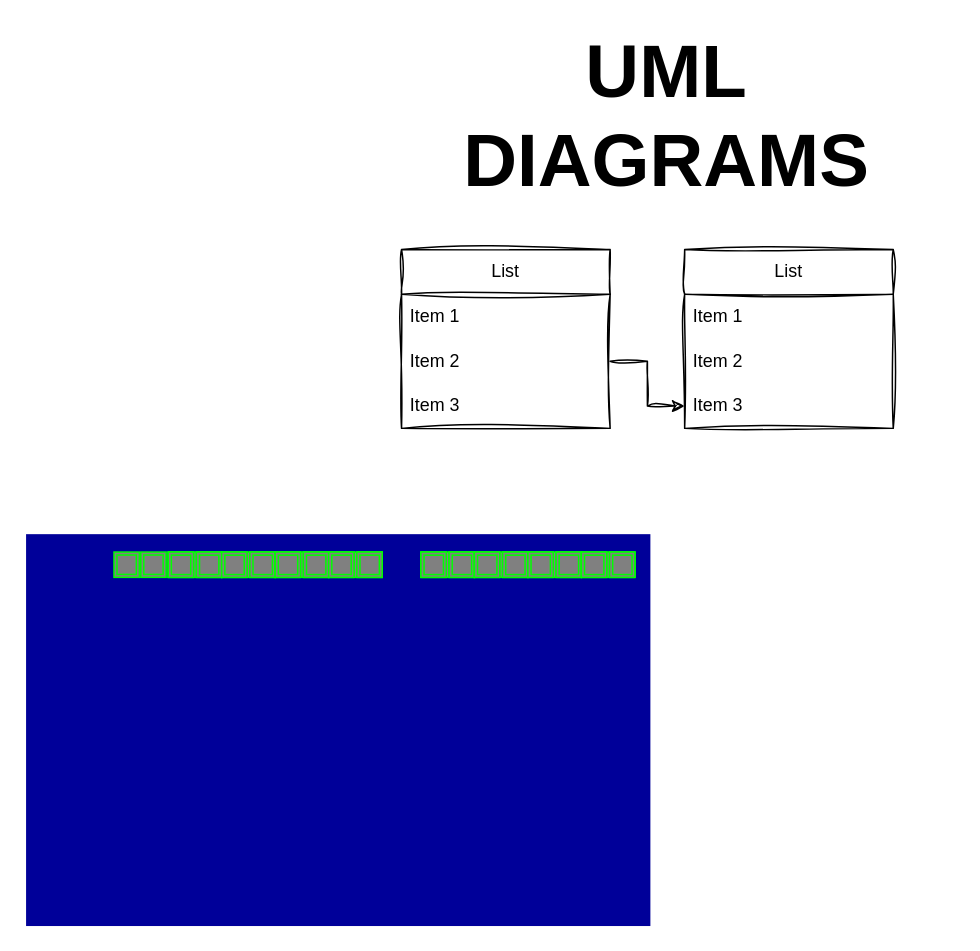
rzdev97/DiagramTools keeps this draw.io diagram as UMLBase.drawio. Above is the earlier version. Source tidied: cells renumbered, new cells numbered last; positions are measured from the earlier drawing's top-left corner, leaving out a move shared by most shapes. Both pictures are drawn from the tidied source at 149%, with x=0, y=0 at pixel (25, 92).
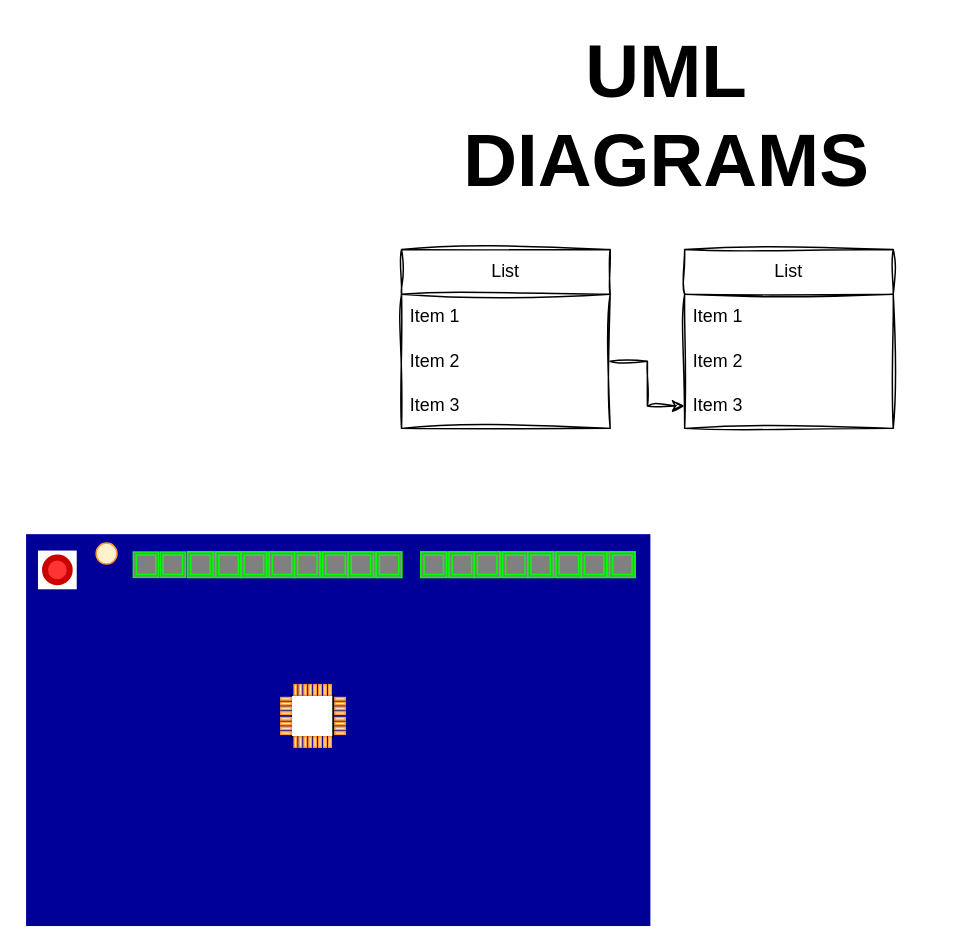
After the change.

Unchanged cells that the change refers to:
```xml
<mxCell id="71" style="group;" parent="1" vertex="1">
  <mxGeometry x="77" y="308" width="17" height="17" as="geometry" />
</mxCell>
```

Diff of the diagram source:
```diff
@@
     <mxCell id="42" style="group;" parent="1" vertex="1">
-      <mxGeometry x="95.4" y="308" width="143.6" height="17" as="geometry" />
+      <mxGeometry x="108.4" y="308" width="143.6" height="17" as="geometry" />
     </mxCell>
@@
     <mxCell id="72" style="whiteSpace=wrap;html=1;rounded=0;hachureGap=4;fontFamily=Architects Daughter;fontSize=20;strokeColor=#00FF00;fillColor=#808080;" parent="71" vertex="1">
-      <mxGeometry width="17" height="17" as="geometry" />
+      <mxGeometry x="13" width="17" height="17" as="geometry" />
     </mxCell>
     <mxCell id="73" style="whiteSpace=wrap;html=1;rounded=0;hachureGap=4;fontFamily=Architects Daughter;fontSize=20;strokeColor=#00FF00;fillColor=#808080;" parent="71" vertex="1">
-      <mxGeometry x="2" y="2" width="13" height="13" as="geometry" />
+      <mxGeometry x="15" y="2" width="13" height="13" as="geometry" />
     </mxCell>
     <mxCell id="74" style="whiteSpace=wrap;html=1;rounded=0;hachureGap=4;fontFamily=Architects Daughter;fontSize=20;strokeColor=#00FF00;fillColor=#808080;" parent="1" vertex="1">
-      <mxGeometry x="59" y="308" width="17" height="17" as="geometry" />
+      <mxGeometry x="72" y="308" width="17" height="17" as="geometry" />
     </mxCell>
     <mxCell id="75" style="whiteSpace=wrap;html=1;rounded=0;hachureGap=4;fontFamily=Architects Daughter;fontSize=20;strokeColor=#00FF00;fillColor=#808080;" parent="1" vertex="1">
-      <mxGeometry x="61" y="310" width="13" height="13" as="geometry" />
+      <mxGeometry x="74" y="310" width="13" height="13" as="geometry" />
     </mxCell>
+    <mxCell id="76" style="group;" parent="1" vertex="1">
+      <mxGeometry x="8" y="307" width="26" height="26" as="geometry" />
+    </mxCell>
+    <mxCell id="77" style="whiteSpace=wrap;html=1;sketch=0;hachureGap=4;jiggle=2;curveFitting=1;strokeColor=none;fontFamily=Architects Daughter;fontSize=20;fillColor=#FFFFFF;" parent="76" vertex="1">
+      <mxGeometry width="26" height="26" as="geometry" />
+    </mxCell>
+    <mxCell id="78" style="ellipse;whiteSpace=wrap;html=1;sketch=0;hachureGap=4;jiggle=2;curveFitting=1;strokeColor=#CC0000;fontFamily=Architects Daughter;fontSize=20;fillColor=#FF3333;strokeWidth=4;" parent="76" vertex="1">
+      <mxGeometry x="4.7" y="4.7" width="16.6" height="16.6" as="geometry" />
+    </mxCell>
+    <mxCell id="79" style="ellipse;whiteSpace=wrap;html=1;sketch=0;hachureGap=4;jiggle=2;curveFitting=1;strokeColor=#FF9933;strokeWidth=1;fontFamily=Architects Daughter;fontSize=20;fillColor=#FFF2CC;" parent="1" vertex="1">
+      <mxGeometry x="47" y="302" width="14" height="14" as="geometry" />
+    </mxCell>
+    <mxCell id="80" style="group;" parent="1" vertex="1">
+      <mxGeometry x="171" y="397" width="43.3" height="42" as="geometry" />
+    </mxCell>
+    <mxCell id="81" style="whiteSpace=wrap;html=1;sketch=0;hachureGap=4;jiggle=2;curveFitting=1;strokeWidth=1;fontFamily=Architects Daughter;fontSize=20;glass=0;" parent="80" vertex="1">
+      <mxGeometry x="7" y="7" width="28" height="28" as="geometry" />
+    </mxCell>
+    <mxCell id="82" style="group;" parent="80" vertex="1">
+      <mxGeometry x="8.9" width="24.8" height="7" as="geometry" />
+    </mxCell>
+    <mxCell id="83" style="rounded=0;whiteSpace=wrap;html=1;glass=0;sketch=0;hachureGap=4;jiggle=2;curveFitting=1;strokeColor=#FF9933;strokeWidth=1;fontFamily=Architects Daughter;fontSize=20;fillColor=#FFF2CC;" parent="82" vertex="1">
+      <mxGeometry width="1.7" height="7" as="geometry" />
+    </mxCell>
+    <mxCell id="84" style="rounded=0;whiteSpace=wrap;html=1;glass=0;sketch=0;hachureGap=4;jiggle=2;curveFitting=1;strokeColor=#FF9933;strokeWidth=1;fontFamily=Architects Daughter;fontSize=20;fillColor=#FFF2CC;" parent="82" vertex="1">
+      <mxGeometry x="3.3" width="1.7" height="7" as="geometry" />
+    </mxCell>
+    <mxCell id="85" style="rounded=0;whiteSpace=wrap;html=1;glass=0;sketch=0;hachureGap=4;jiggle=2;curveFitting=1;strokeColor=#FF9933;strokeWidth=1;fontFamily=Architects Daughter;fontSize=20;fillColor=#FFF2CC;" parent="82" vertex="1">
+      <mxGeometry x="6.6" width="1.7" height="7" as="geometry" />
+    </mxCell>
+    <mxCell id="86" style="rounded=0;whiteSpace=wrap;html=1;glass=0;sketch=0;hachureGap=4;jiggle=2;curveFitting=1;strokeColor=#FF9933;strokeWidth=1;fontFamily=Architects Daughter;fontSize=20;fillColor=#FFF2CC;" parent="82" vertex="1">
+      <mxGeometry x="9.9" width="1.7" height="7" as="geometry" />
+    </mxCell>
+    <mxCell id="87" style="rounded=0;whiteSpace=wrap;html=1;glass=0;sketch=0;hachureGap=4;jiggle=2;curveFitting=1;strokeColor=#FF9933;strokeWidth=1;fontFamily=Architects Daughter;fontSize=20;fillColor=#FFF2CC;" parent="82" vertex="1">
+      <mxGeometry x="13.2" width="1.7" height="7" as="geometry" />
+    </mxCell>
+    <mxCell id="88" style="rounded=0;whiteSpace=wrap;html=1;glass=0;sketch=0;hachureGap=4;jiggle=2;curveFitting=1;strokeColor=#FF9933;strokeWidth=1;fontFamily=Architects Daughter;fontSize=20;fillColor=#FFF2CC;" parent="82" vertex="1">
+      <mxGeometry x="16.5" width="1.7" height="7" as="geometry" />
+    </mxCell>
+    <mxCell id="89" style="rounded=0;whiteSpace=wrap;html=1;glass=0;sketch=0;hachureGap=4;jiggle=2;curveFitting=1;strokeColor=#FF9933;strokeWidth=1;fontFamily=Architects Daughter;fontSize=20;fillColor=#FFF2CC;" parent="82" vertex="1">
+      <mxGeometry x="19.9" width="1.7" height="7" as="geometry" />
+    </mxCell>
+    <mxCell id="90" style="rounded=0;whiteSpace=wrap;html=1;glass=0;sketch=0;hachureGap=4;jiggle=2;curveFitting=1;strokeColor=#FF9933;strokeWidth=1;fontFamily=Architects Daughter;fontSize=20;fillColor=#FFF2CC;" parent="82" vertex="1">
+      <mxGeometry x="23.2" width="1.7" height="7" as="geometry" />
+    </mxCell>
+    <mxCell id="91" style="group;rotation=90;" parent="80" vertex="1">
+      <mxGeometry x="27.4" y="17.5" width="24.8" height="7" as="geometry" />
+    </mxCell>
+    <mxCell id="92" style="rounded=0;whiteSpace=wrap;html=1;glass=0;sketch=0;hachureGap=4;jiggle=2;curveFitting=1;strokeColor=#FF9933;strokeWidth=1;fontFamily=Architects Daughter;fontSize=20;fillColor=#FFF2CC;rotation=90;" parent="91" vertex="1">
+      <mxGeometry x="11.5" y="-11.5" width="1.7" height="7" as="geometry" />
+    </mxCell>
+    <mxCell id="93" style="rounded=0;whiteSpace=wrap;html=1;glass=0;sketch=0;hachureGap=4;jiggle=2;curveFitting=1;strokeColor=#FF9933;strokeWidth=1;fontFamily=Architects Daughter;fontSize=20;fillColor=#FFF2CC;rotation=90;" parent="91" vertex="1">
+      <mxGeometry x="11.5" y="-8.3" width="1.7" height="7" as="geometry" />
+    </mxCell>
+    <mxCell id="94" style="rounded=0;whiteSpace=wrap;html=1;glass=0;sketch=0;hachureGap=4;jiggle=2;curveFitting=1;strokeColor=#FF9933;strokeWidth=1;fontFamily=Architects Daughter;fontSize=20;fillColor=#FFF2CC;rotation=90;" parent="91" vertex="1">
+      <mxGeometry x="11.5" y="-5.1" width="1.7" height="7" as="geometry" />
+    </mxCell>
+    <mxCell id="95" style="rounded=0;whiteSpace=wrap;html=1;glass=0;sketch=0;hachureGap=4;jiggle=2;curveFitting=1;strokeColor=#FF9933;strokeWidth=1;fontFamily=Architects Daughter;fontSize=20;fillColor=#FFF2CC;rotation=90;" parent="91" vertex="1">
+      <mxGeometry x="11.5" y="-1.9" width="1.7" height="7" as="geometry" />
+    </mxCell>
+    <mxCell id="96" style="rounded=0;whiteSpace=wrap;html=1;glass=0;sketch=0;hachureGap=4;jiggle=2;curveFitting=1;strokeColor=#FF9933;strokeWidth=1;fontFamily=Architects Daughter;fontSize=20;fillColor=#FFF2CC;rotation=90;" parent="91" vertex="1">
+      <mxGeometry x="11.5" y="1.9" width="1.7" height="7" as="geometry" />
+    </mxCell>
+    <mxCell id="97" style="rounded=0;whiteSpace=wrap;html=1;glass=0;sketch=0;hachureGap=4;jiggle=2;curveFitting=1;strokeColor=#FF9933;strokeWidth=1;fontFamily=Architects Daughter;fontSize=20;fillColor=#FFF2CC;rotation=90;" parent="91" vertex="1">
+      <mxGeometry x="11.5" y="5.1" width="1.7" height="7" as="geometry" />
+    </mxCell>
+    <mxCell id="98" style="rounded=0;whiteSpace=wrap;html=1;glass=0;sketch=0;hachureGap=4;jiggle=2;curveFitting=1;strokeColor=#FF9933;strokeWidth=1;fontFamily=Architects Daughter;fontSize=20;fillColor=#FFF2CC;rotation=90;" parent="91" vertex="1">
+      <mxGeometry x="11.5" y="8.3" width="1.7" height="7" as="geometry" />
+    </mxCell>
+    <mxCell id="99" style="rounded=0;whiteSpace=wrap;html=1;glass=0;sketch=0;hachureGap=4;jiggle=2;curveFitting=1;strokeColor=#FF9933;strokeWidth=1;fontFamily=Architects Daughter;fontSize=20;fillColor=#FFF2CC;rotation=90;" parent="91" vertex="1">
+      <mxGeometry x="11.5" y="11.5" width="1.7" height="7" as="geometry" />
+    </mxCell>
+    <mxCell id="100" style="group;" parent="80" vertex="1">
+      <mxGeometry x="8.9" y="35" width="24.8" height="7" as="geometry" />
+    </mxCell>
+    <mxCell id="101" style="rounded=0;whiteSpace=wrap;html=1;glass=0;sketch=0;hachureGap=4;jiggle=2;curveFitting=1;strokeColor=#FF9933;strokeWidth=1;fontFamily=Architects Daughter;fontSize=20;fillColor=#FFF2CC;" parent="100" vertex="1">
+      <mxGeometry width="1.7" height="7" as="geometry" />
+    </mxCell>
+    <mxCell id="102" style="rounded=0;whiteSpace=wrap;html=1;glass=0;sketch=0;hachureGap=4;jiggle=2;curveFitting=1;strokeColor=#FF9933;strokeWidth=1;fontFamily=Architects Daughter;fontSize=20;fillColor=#FFF2CC;" parent="100" vertex="1">
+      <mxGeometry x="3.3" width="1.7" height="7" as="geometry" />
+    </mxCell>
+    <mxCell id="103" style="rounded=0;whiteSpace=wrap;html=1;glass=0;sketch=0;hachureGap=4;jiggle=2;curveFitting=1;strokeColor=#FF9933;strokeWidth=1;fontFamily=Architects Daughter;fontSize=20;fillColor=#FFF2CC;" parent="100" vertex="1">
+      <mxGeometry x="6.6" width="1.7" height="7" as="geometry" />
+    </mxCell>
+    <mxCell id="104" style="rounded=0;whiteSpace=wrap;html=1;glass=0;sketch=0;hachureGap=4;jiggle=2;curveFitting=1;strokeColor=#FF9933;strokeWidth=1;fontFamily=Architects Daughter;fontSize=20;fillColor=#FFF2CC;" parent="100" vertex="1">
+      <mxGeometry x="9.9" width="1.7" height="7" as="geometry" />
+    </mxCell>
+    <mxCell id="105" style="rounded=0;whiteSpace=wrap;html=1;glass=0;sketch=0;hachureGap=4;jiggle=2;curveFitting=1;strokeColor=#FF9933;strokeWidth=1;fontFamily=Architects Daughter;fontSize=20;fillColor=#FFF2CC;" parent="100" vertex="1">
+      <mxGeometry x="13.2" width="1.7" height="7" as="geometry" />
+    </mxCell>
+    <mxCell id="106" style="rounded=0;whiteSpace=wrap;html=1;glass=0;sketch=0;hachureGap=4;jiggle=2;curveFitting=1;strokeColor=#FF9933;strokeWidth=1;fontFamily=Architects Daughter;fontSize=20;fillColor=#FFF2CC;" parent="100" vertex="1">
+      <mxGeometry x="16.5" width="1.7" height="7" as="geometry" />
+    </mxCell>
+    <mxCell id="107" style="rounded=0;whiteSpace=wrap;html=1;glass=0;sketch=0;hachureGap=4;jiggle=2;curveFitting=1;strokeColor=#FF9933;strokeWidth=1;fontFamily=Architects Daughter;fontSize=20;fillColor=#FFF2CC;" parent="100" vertex="1">
+      <mxGeometry x="19.9" width="1.7" height="7" as="geometry" />
+    </mxCell>
+    <mxCell id="108" style="rounded=0;whiteSpace=wrap;html=1;glass=0;sketch=0;hachureGap=4;jiggle=2;curveFitting=1;strokeColor=#FF9933;strokeWidth=1;fontFamily=Architects Daughter;fontSize=20;fillColor=#FFF2CC;" parent="100" vertex="1">
+      <mxGeometry x="23.2" width="1.7" height="7" as="geometry" />
+    </mxCell>
+    <mxCell id="109" style="group;rotation=90;" parent="80" vertex="1">
+      <mxGeometry x="-8.9" y="17.5" width="24.8" height="7" as="geometry" />
+    </mxCell>
+    <mxCell id="110" style="rounded=0;whiteSpace=wrap;html=1;glass=0;sketch=0;hachureGap=4;jiggle=2;curveFitting=1;strokeColor=#FF9933;strokeWidth=1;fontFamily=Architects Daughter;fontSize=20;fillColor=#FFF2CC;rotation=90;" parent="109" vertex="1">
+      <mxGeometry x="11.5" y="-11.5" width="1.7" height="7" as="geometry" />
+    </mxCell>
+    <mxCell id="111" style="rounded=0;whiteSpace=wrap;html=1;glass=0;sketch=0;hachureGap=4;jiggle=2;curveFitting=1;strokeColor=#FF9933;strokeWidth=1;fontFamily=Architects Daughter;fontSize=20;fillColor=#FFF2CC;rotation=90;" parent="109" vertex="1">
+      <mxGeometry x="11.5" y="-8.3" width="1.7" height="7" as="geometry" />
+    </mxCell>
+    <mxCell id="112" style="rounded=0;whiteSpace=wrap;html=1;glass=0;sketch=0;hachureGap=4;jiggle=2;curveFitting=1;strokeColor=#FF9933;strokeWidth=1;fontFamily=Architects Daughter;fontSize=20;fillColor=#FFF2CC;rotation=90;" parent="109" vertex="1">
+      <mxGeometry x="11.5" y="-5.1" width="1.7" height="7" as="geometry" />
+    </mxCell>
+    <mxCell id="113" style="rounded=0;whiteSpace=wrap;html=1;glass=0;sketch=0;hachureGap=4;jiggle=2;curveFitting=1;strokeColor=#FF9933;strokeWidth=1;fontFamily=Architects Daughter;fontSize=20;fillColor=#FFF2CC;rotation=90;" parent="109" vertex="1">
+      <mxGeometry x="11.5" y="-1.9" width="1.7" height="7" as="geometry" />
+    </mxCell>
+    <mxCell id="114" style="rounded=0;whiteSpace=wrap;html=1;glass=0;sketch=0;hachureGap=4;jiggle=2;curveFitting=1;strokeColor=#FF9933;strokeWidth=1;fontFamily=Architects Daughter;fontSize=20;fillColor=#FFF2CC;rotation=90;" parent="109" vertex="1">
+      <mxGeometry x="11.5" y="1.9" width="1.7" height="7" as="geometry" />
+    </mxCell>
+    <mxCell id="115" style="rounded=0;whiteSpace=wrap;html=1;glass=0;sketch=0;hachureGap=4;jiggle=2;curveFitting=1;strokeColor=#FF9933;strokeWidth=1;fontFamily=Architects Daughter;fontSize=20;fillColor=#FFF2CC;rotation=90;" parent="109" vertex="1">
+      <mxGeometry x="11.5" y="5.1" width="1.7" height="7" as="geometry" />
+    </mxCell>
+    <mxCell id="116" style="rounded=0;whiteSpace=wrap;html=1;glass=0;sketch=0;hachureGap=4;jiggle=2;curveFitting=1;strokeColor=#FF9933;strokeWidth=1;fontFamily=Architects Daughter;fontSize=20;fillColor=#FFF2CC;rotation=90;" parent="109" vertex="1">
+      <mxGeometry x="11.5" y="8.3" width="1.7" height="7" as="geometry" />
+    </mxCell>
+    <mxCell id="117" style="rounded=0;whiteSpace=wrap;html=1;glass=0;sketch=0;hachureGap=4;jiggle=2;curveFitting=1;strokeColor=#FF9933;strokeWidth=1;fontFamily=Architects Daughter;fontSize=20;fillColor=#FFF2CC;rotation=90;" parent="109" vertex="1">
+      <mxGeometry x="11.5" y="11.5" width="1.7" height="7" as="geometry" />
+    </mxCell>
```
